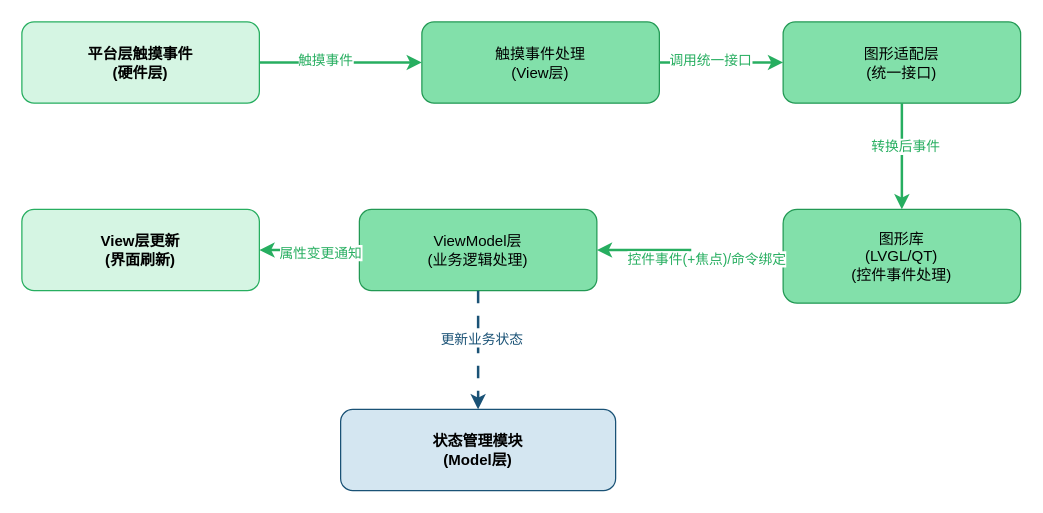
The draw.io diagram page "触摸处理" (12 of 13) of PDR.drawio in liyunhao2/technology, before the edit. Source tidied: cells renumbered, new cells numbered last; positions are measured from the earlier drawing's top-left corner, leaving out a move shared by most shapes. Both pictures are drawn from the tidied source at 125%, with x=0, y=0 at pixel (21, 21).
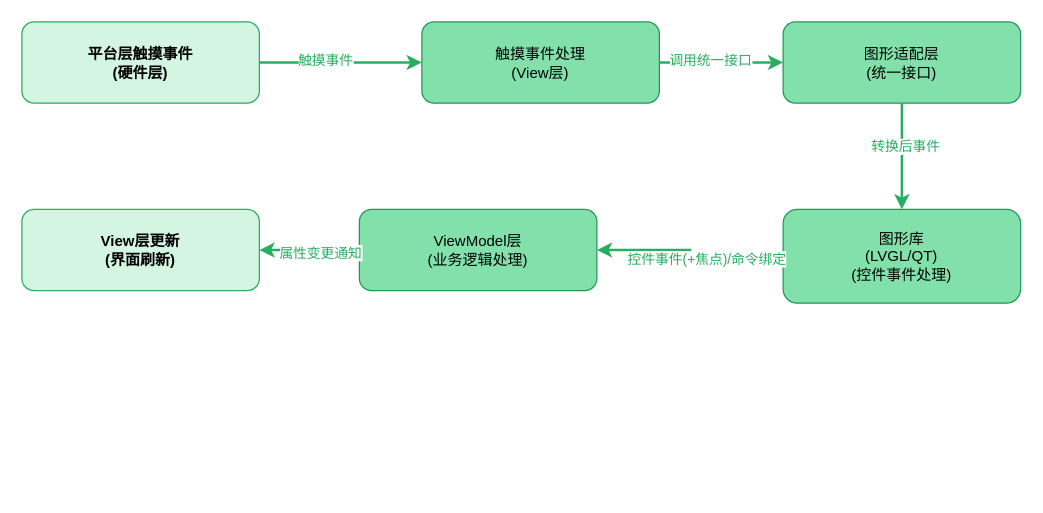
The same diagram, later.

Unchanged cells that the change refers to:
```xml
<mxCell id="6" value="ViewModel层&lt;br&gt;(业务逻辑处理)" style="rounded=1;whiteSpace=wrap;html=1;fillColor=#82E0AA;strokeColor=#229954;fontSize=12;" parent="1" vertex="1">
  <mxGeometry x="270" y="150" width="190" height="65" as="geometry" />
</mxCell>
```

What changed in the source:
```diff
@@
-    <mxCell id="8" value="状态管理模块&lt;br&gt;(Model层)" style="rounded=1;whiteSpace=wrap;html=1;fillColor=#D4E6F1;strokeColor=#1A5276;fontSize=12;fontStyle=1;" parent="1" vertex="1">
-      <mxGeometry x="255" y="310" width="220" height="65" as="geometry" />
-    </mxCell>
@@
-    <mxCell id="19" style="edgeStyle=orthogonalEdgeStyle;rounded=0;html=1;exitX=0.5;exitY=1;entryX=0.5;entryY=0;dashed=1;dashPattern=5 5;endArrow=classic;strokeColor=#1A5276;strokeWidth=2;" parent="1" edge="1" source="6" target="8">
-      <mxGeometry relative="1" as="geometry" />
-    </mxCell>
-    <mxCell id="20" value="更新业务状态" style="edgeLabel;html=1;align=center;verticalAlign=middle;fontSize=11;fontColor=#1A5276;" parent="19" vertex="1">
-      <mxGeometry x="-0.2" y="2" relative="1" as="geometry" />
-    </mxCell>
```
